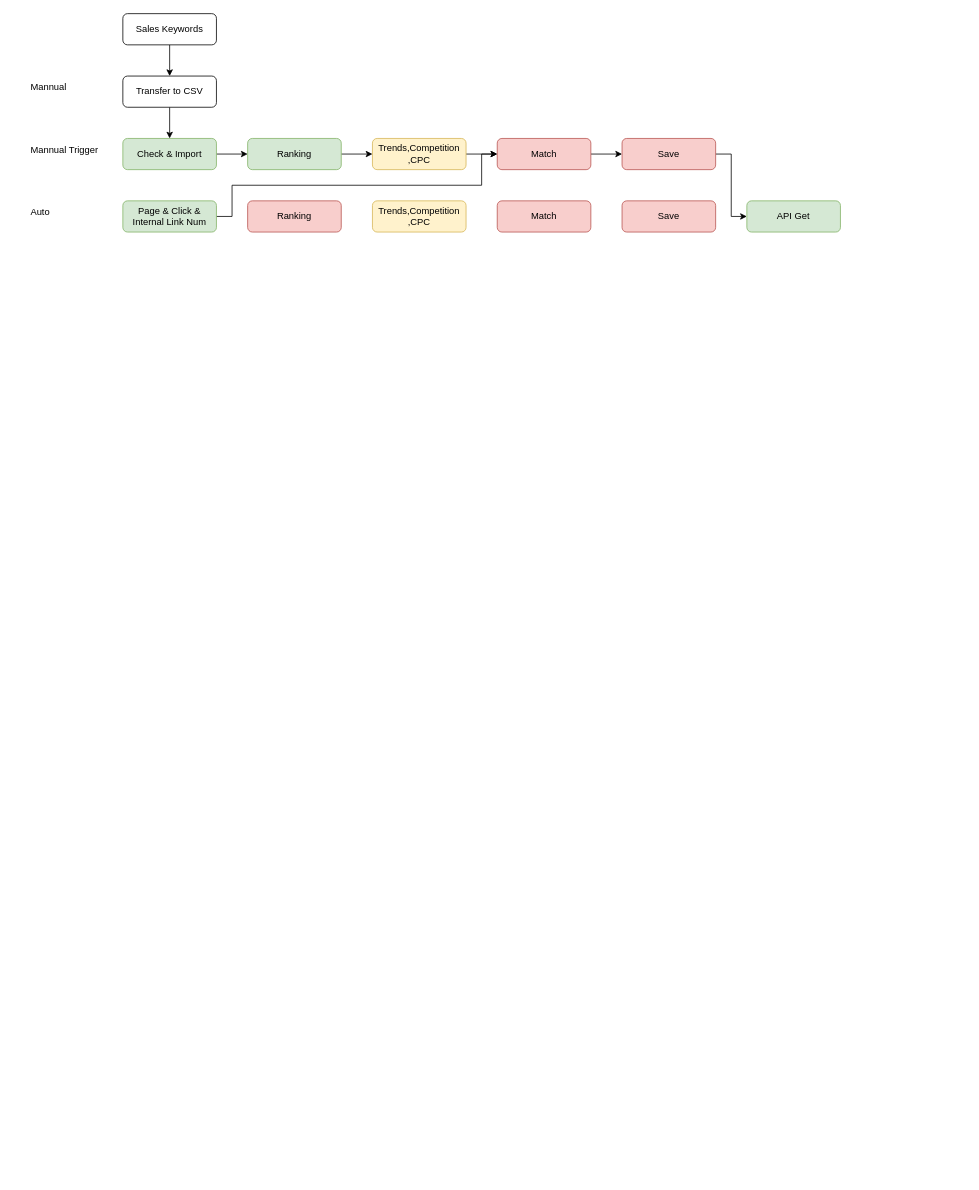
Above: drawio/sales_keyword_tech.drawio in VisableHarry/seo-drawio (draw.io), before the change. Source tidied: cells renumbered, new cells numbered last; positions are measured from the earlier drawing's top-left corner, leaving out a move shared by most shapes. Both pictures are drawn from the tidied source at 78%, with x=0, y=0 at pixel (29, 13).
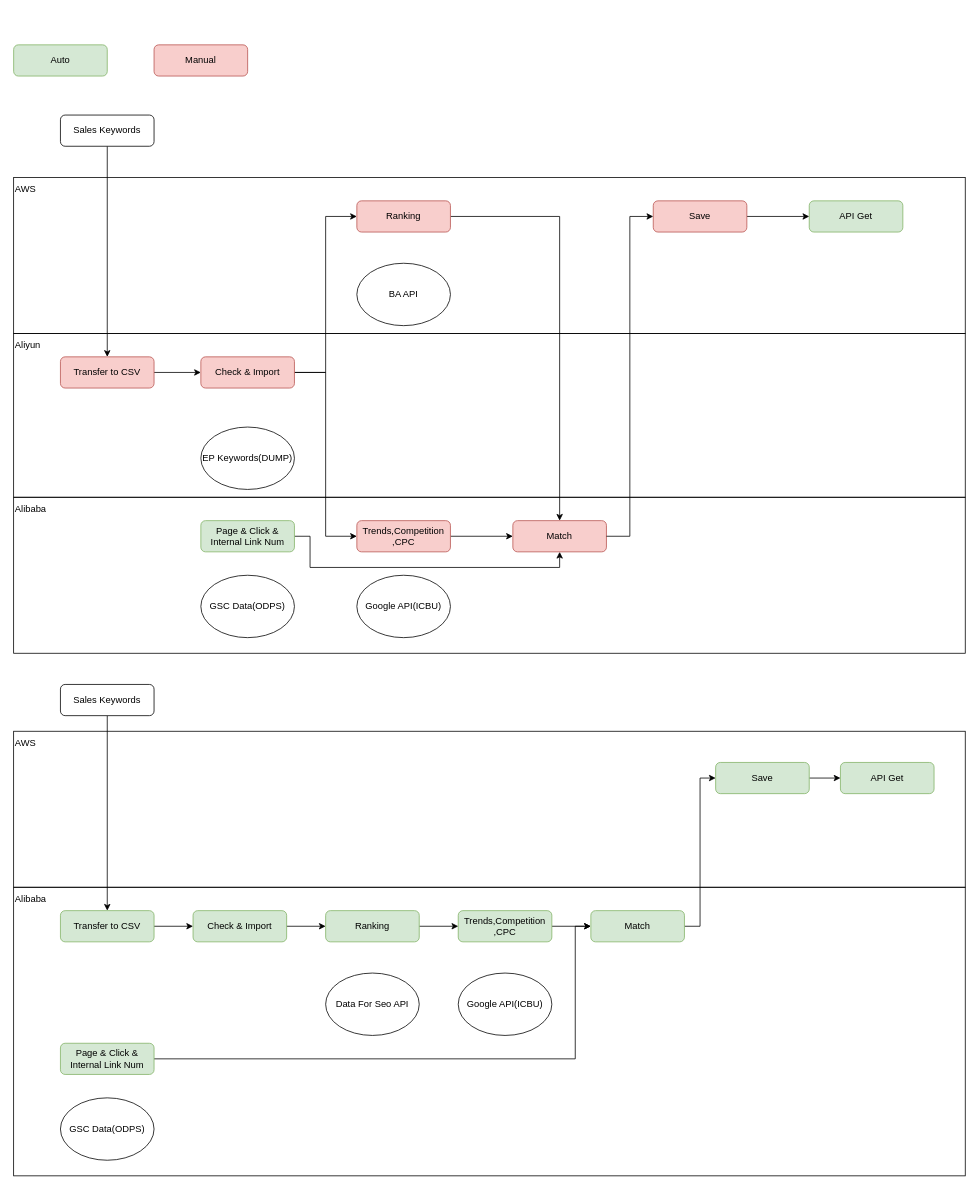
Above is the later version.

The edit, as a diff of the source:
```diff
@@
+    <mxCell id="26" style="rounded=0;whiteSpace=wrap;html=1;fillColor=none;" parent="1" vertex="1">
+      <mxGeometry x="-20" y="1120" width="1220" height="370" as="geometry" />
+    </mxCell>
+    <mxCell id="27" style="rounded=0;whiteSpace=wrap;html=1;fillColor=none;" parent="1" vertex="1">
+      <mxGeometry x="-20" y="920" width="1220" height="200" as="geometry" />
+    </mxCell>
+    <mxCell id="28" style="group;" parent="1" vertex="1">
+      <mxGeometry x="-20" y="210" width="1220" height="610" as="geometry" />
+    </mxCell>
+    <mxCell id="29" style="rounded=0;whiteSpace=wrap;html=1;fillColor=none;" parent="28" vertex="1">
+      <mxGeometry y="410" width="1220" height="200" as="geometry" />
+    </mxCell>
+    <mxCell id="30" style="rounded=0;whiteSpace=wrap;html=1;fillColor=none;" parent="28" vertex="1">
+      <mxGeometry y="200" width="1220" height="210" as="geometry" />
+    </mxCell>
+    <mxCell id="31" style="rounded=0;whiteSpace=wrap;html=1;fillColor=none;" parent="28" vertex="1">
+      <mxGeometry width="1220" height="200" as="geometry" />
+    </mxCell>
@@
     <mxCell id="3" value="Sales Keywords" style="rounded=1;whiteSpace=wrap;html=1;" parent="1" vertex="1">
-      <mxGeometry x="120" width="120" height="40" as="geometry" />
+      <mxGeometry x="40" y="130" width="120" height="40" as="geometry" />
     </mxCell>
-    <mxCell id="4" style="edgeStyle=orthogonalEdgeStyle;rounded=0;jettySize=auto;html=1;exitX=0.5;exitY=1;exitDx=0;exitDy=0;" parent="1" edge="1" source="5" target="8">
+    <mxCell id="4" style="edgeStyle=orthogonalEdgeStyle;rounded=0;jettySize=auto;html=1;exitX=1;exitY=0.5;exitDx=0;exitDy=0;entryX=0;entryY=0.5;entryDx=0;entryDy=0;" parent="1" edge="1" source="5" target="8">
       <mxGeometry relative="1" as="geometry" />
     </mxCell>
-    <mxCell id="5" value="Transfer to CSV" style="rounded=1;whiteSpace=wrap;html=1;" parent="1" vertex="1">
-      <mxGeometry x="120" y="80" width="120" height="40" as="geometry" />
+    <mxCell id="5" value="Transfer to CSV" style="rounded=1;whiteSpace=wrap;html=1;fillColor=#f8cecc;strokeColor=#b85450;" parent="1" vertex="1">
+      <mxGeometry x="40" y="440" width="120" height="40" as="geometry" />
     </mxCell>
-    <mxCell id="6" value="Mannual" style="text;html=1;align=left;verticalAlign=middle;whiteSpace=wrap;rounded=0;" parent="1" vertex="1">
-      <mxGeometry y="80" width="60" height="30" as="geometry" />
-    </mxCell>
@@
+    <mxCell id="32" style="edgeStyle=orthogonalEdgeStyle;rounded=0;jettySize=auto;html=1;exitX=1;exitY=0.5;exitDx=0;exitDy=0;entryX=0;entryY=0.5;entryDx=0;entryDy=0;" parent="1" edge="1" source="8" target="16">
+      <mxGeometry relative="1" as="geometry" />
+    </mxCell>
-    <mxCell id="8" value="Check &amp;amp; Import" style="rounded=1;whiteSpace=wrap;html=1;fillColor=#d5e8d4;strokeColor=#82b366;" parent="1" vertex="1">
-      <mxGeometry x="120" y="160" width="120" height="40" as="geometry" />
+    <mxCell id="8" value="Check &amp;amp; Import" style="rounded=1;whiteSpace=wrap;html=1;fillColor=#f8cecc;strokeColor=#b85450;" parent="1" vertex="1">
+      <mxGeometry x="220" y="440" width="120" height="40" as="geometry" />
     </mxCell>
-    <mxCell id="9" value="Mannual Trigger" style="text;html=1;align=left;verticalAlign=middle;whiteSpace=wrap;rounded=0;" parent="1" vertex="1">
-      <mxGeometry y="160" width="110" height="30" as="geometry" />
-    </mxCell>
-    <mxCell id="10" style="edgeStyle=orthogonalEdgeStyle;rounded=0;jettySize=auto;html=1;exitX=1;exitY=0.5;exitDx=0;exitDy=0;entryX=0;entryY=0.5;entryDx=0;entryDy=0;" parent="1" edge="1" source="11" target="25">
+    <mxCell id="10" style="edgeStyle=orthogonalEdgeStyle;rounded=0;jettySize=auto;html=1;exitX=1;exitY=0.5;exitDx=0;exitDy=0;entryX=0.5;entryY=1;entryDx=0;entryDy=0;" parent="1" edge="1" source="11" target="25">
       <mxGeometry relative="1" as="geometry">
         <Array as="points">
-          <mxPoint x="260" y="260" />
-          <mxPoint x="260" y="220" />
-          <mxPoint x="580" y="220" />
-          <mxPoint x="580" y="180" />
+          <mxPoint x="360" y="670" />
+          <mxPoint x="360" y="710" />
+          <mxPoint x="680" y="710" />
         </Array>
       </mxGeometry>
     </mxCell>
     <mxCell id="11" value="Page &amp;amp; Click &amp;amp; Internal Link Num" style="rounded=1;whiteSpace=wrap;html=1;fillColor=#d5e8d4;strokeColor=#82b366;" parent="1" vertex="1">
-      <mxGeometry x="120" y="240" width="120" height="40" as="geometry" />
+      <mxGeometry x="220" y="650" width="120" height="40" as="geometry" />
     </mxCell>
-    <mxCell id="12" value="Auto" style="text;html=1;align=left;verticalAlign=middle;whiteSpace=wrap;rounded=0;" parent="1" vertex="1">
-      <mxGeometry y="240" width="60" height="30" as="geometry" />
-    </mxCell>
-    <mxCell id="13" style="edgeStyle=orthogonalEdgeStyle;rounded=0;jettySize=auto;html=1;exitX=1;exitY=0.5;exitDx=0;exitDy=0;entryX=0;entryY=0.5;entryDx=0;entryDy=0;" parent="1" edge="1" source="14" target="16">
-      <mxGeometry relative="1" as="geometry" />
-    </mxCell>
+    <mxCell id="33" style="edgeStyle=orthogonalEdgeStyle;rounded=0;jettySize=auto;html=1;exitX=1;exitY=0.5;exitDx=0;exitDy=0;" parent="1" edge="1" source="14" target="25">
+      <mxGeometry relative="1" as="geometry" />
+    </mxCell>
-    <mxCell id="14" value="Ranking" style="rounded=1;whiteSpace=wrap;html=1;fillColor=#d5e8d4;strokeColor=#82b366;" parent="1" vertex="1">
-      <mxGeometry x="280" y="160" width="120" height="40" as="geometry" />
+    <mxCell id="14" value="Ranking" style="rounded=1;whiteSpace=wrap;html=1;fillColor=#f8cecc;strokeColor=#b85450;" parent="1" vertex="1">
+      <mxGeometry x="420" y="240" width="120" height="40" as="geometry" />
     </mxCell>
-    <mxCell id="15" style="edgeStyle=orthogonalEdgeStyle;rounded=0;jettySize=auto;html=1;exitX=1;exitY=0.5;exitDx=0;exitDy=0;entryX=0;entryY=0.5;entryDx=0;entryDy=0;" parent="1" edge="1" source="16" target="25">
+    <mxCell id="15" style="edgeStyle=orthogonalEdgeStyle;rounded=0;jettySize=auto;html=1;exitX=1;exitY=0.5;exitDx=0;exitDy=0;" parent="1" edge="1" source="16" target="25">
       <mxGeometry relative="1" as="geometry" />
     </mxCell>
-    <mxCell id="16" value="Trends,Competition&lt;div&gt;,CPC&lt;/div&gt;" style="rounded=1;whiteSpace=wrap;html=1;fillColor=#fff2cc;strokeColor=#d6b656;" parent="1" vertex="1">
-      <mxGeometry x="440" y="160" width="120" height="40" as="geometry" />
+    <mxCell id="16" value="Trends,Competition&lt;div&gt;,CPC&lt;/div&gt;" style="rounded=1;whiteSpace=wrap;html=1;fillColor=#f8cecc;strokeColor=#b85450;" parent="1" vertex="1">
+      <mxGeometry x="420" y="650" width="120" height="40" as="geometry" />
     </mxCell>
-    <mxCell id="17" value="Match" style="rounded=1;whiteSpace=wrap;html=1;fillColor=#f8cecc;strokeColor=#b85450;" parent="1" vertex="1">
-      <mxGeometry x="600" y="240" width="120" height="40" as="geometry" />
-    </mxCell>
     <mxCell id="18" value="API Get" style="rounded=1;whiteSpace=wrap;html=1;fillColor=#d5e8d4;strokeColor=#82b366;" parent="1" vertex="1">
-      <mxGeometry x="920" y="240" width="120" height="40" as="geometry" />
+      <mxGeometry x="1000" y="240" width="120" height="40" as="geometry" />
     </mxCell>
-    <mxCell id="19" value="Ranking" style="rounded=1;whiteSpace=wrap;html=1;fillColor=#f8cecc;strokeColor=#b85450;" parent="1" vertex="1">
-      <mxGeometry x="280" y="240" width="120" height="40" as="geometry" />
-    </mxCell>
-    <mxCell id="20" style="edgeStyle=orthogonalEdgeStyle;rounded=0;jettySize=auto;html=1;exitX=1;exitY=0.5;exitDx=0;exitDy=0;entryX=0;entryY=0.5;entryDx=0;entryDy=0;" parent="1" edge="1" source="21" target="18">
+    <mxCell id="20" style="edgeStyle=orthogonalEdgeStyle;rounded=0;jettySize=auto;html=1;entryX=0;entryY=0.5;entryDx=0;entryDy=0;" parent="1" edge="1" source="21" target="18">
       <mxGeometry relative="1" as="geometry" />
     </mxCell>
     <mxCell id="21" value="Save" style="rounded=1;whiteSpace=wrap;html=1;fillColor=#f8cecc;strokeColor=#b85450;" parent="1" vertex="1">
-      <mxGeometry x="760" y="160" width="120" height="40" as="geometry" />
+      <mxGeometry x="800" y="240" width="120" height="40" as="geometry" />
     </mxCell>
+    <mxCell id="25" value="Match" style="rounded=1;whiteSpace=wrap;html=1;fillColor=#f8cecc;strokeColor=#b85450;" parent="1" vertex="1">
+      <mxGeometry x="620" y="650" width="120" height="40" as="geometry" />
+    </mxCell>
+    <mxCell id="34" value="BA API" style="ellipse;whiteSpace=wrap;html=1;" parent="1" vertex="1">
+      <mxGeometry x="420" y="320" width="120" height="80" as="geometry" />
+    </mxCell>
+    <mxCell id="35" value="Google API(ICBU)" style="ellipse;whiteSpace=wrap;html=1;" parent="1" vertex="1">
+      <mxGeometry x="420" y="720" width="120" height="80" as="geometry" />
+    </mxCell>
+    <mxCell id="36" value="AWS" style="text;html=1;align=left;verticalAlign=middle;whiteSpace=wrap;rounded=0;" parent="1" vertex="1">
+      <mxGeometry x="-20" y="210" width="60" height="30" as="geometry" />
+    </mxCell>
+    <mxCell id="37" value="Aliyun" style="text;html=1;align=left;verticalAlign=middle;whiteSpace=wrap;rounded=0;" parent="1" vertex="1">
+      <mxGeometry x="-20" y="410" width="60" height="30" as="geometry" />
+    </mxCell>
+    <mxCell id="38" value="Alibaba" style="text;html=1;align=left;verticalAlign=middle;whiteSpace=wrap;rounded=0;" parent="1" vertex="1">
+      <mxGeometry x="-20" y="620" width="60" height="30" as="geometry" />
+    </mxCell>
+    <mxCell id="39" value="EP Keywords(DUMP)" style="ellipse;whiteSpace=wrap;html=1;" parent="1" vertex="1">
+      <mxGeometry x="220" y="530" width="120" height="80" as="geometry" />
+    </mxCell>
+    <mxCell id="40" value="GSC Data(ODPS)" style="ellipse;whiteSpace=wrap;html=1;" parent="1" vertex="1">
+      <mxGeometry x="220" y="720" width="120" height="80" as="geometry" />
+    </mxCell>
+    <mxCell id="24" style="edgeStyle=orthogonalEdgeStyle;rounded=0;jettySize=auto;html=1;exitX=1;exitY=0.5;exitDx=0;exitDy=0;entryX=0;entryY=0.5;entryDx=0;entryDy=0;" parent="1" edge="1" source="25" target="21">
+      <mxGeometry relative="1" as="geometry" />
+    </mxCell>
+    <mxCell id="41" value="API Get" style="rounded=1;whiteSpace=wrap;html=1;fillColor=#d5e8d4;strokeColor=#82b366;" parent="1" vertex="1">
+      <mxGeometry x="1040" y="960" width="120" height="40" as="geometry" />
+    </mxCell>
+    <mxCell id="42" style="edgeStyle=orthogonalEdgeStyle;rounded=0;jettySize=auto;html=1;exitX=1;exitY=0.5;exitDx=0;exitDy=0;entryX=0;entryY=0.5;entryDx=0;entryDy=0;" parent="1" edge="1" source="23" target="41">
+      <mxGeometry relative="1" as="geometry" />
+    </mxCell>
+    <mxCell id="23" value="Save" style="rounded=1;whiteSpace=wrap;html=1;fillColor=#d5e8d4;strokeColor=#82b366;" parent="1" vertex="1">
+      <mxGeometry x="880" y="960" width="120" height="40" as="geometry" />
+    </mxCell>
+    <mxCell id="43" value="AWS" style="text;html=1;align=left;verticalAlign=middle;whiteSpace=wrap;rounded=0;" parent="1" vertex="1">
+      <mxGeometry x="-20" y="920" width="60" height="30" as="geometry" />
+    </mxCell>
+    <mxCell id="44" value="Alibaba" style="text;html=1;align=left;verticalAlign=middle;whiteSpace=wrap;rounded=0;" parent="1" vertex="1">
+      <mxGeometry x="-20" y="1120" width="60" height="30" as="geometry" />
+    </mxCell>
+    <mxCell id="45" style="edgeStyle=orthogonalEdgeStyle;rounded=0;jettySize=auto;html=1;exitX=1;exitY=0.5;exitDx=0;exitDy=0;entryX=0;entryY=0.5;entryDx=0;entryDy=0;" parent="1" edge="1" source="22" target="17">
+      <mxGeometry relative="1" as="geometry" />
+    </mxCell>
-    <mxCell id="22" value="Trends,Competition&lt;div&gt;,CPC&lt;/div&gt;" style="rounded=1;whiteSpace=wrap;html=1;fillColor=#fff2cc;strokeColor=#d6b656;" parent="1" vertex="1">
-      <mxGeometry x="440" y="240" width="120" height="40" as="geometry" />
+    <mxCell id="22" value="Trends,Competition&lt;div&gt;,CPC&lt;/div&gt;" style="rounded=1;whiteSpace=wrap;html=1;fillColor=#d5e8d4;strokeColor=#82b366;" parent="1" vertex="1">
+      <mxGeometry x="550" y="1150" width="120" height="40" as="geometry" />
     </mxCell>
-    <mxCell id="23" value="Save" style="rounded=1;whiteSpace=wrap;html=1;fillColor=#f8cecc;strokeColor=#b85450;" parent="1" vertex="1">
-      <mxGeometry x="760" y="240" width="120" height="40" as="geometry" />
-    </mxCell>
-    <mxCell id="24" style="edgeStyle=orthogonalEdgeStyle;rounded=0;jettySize=auto;html=1;exitX=1;exitY=0.5;exitDx=0;exitDy=0;entryX=0;entryY=0.5;entryDx=0;entryDy=0;" parent="1" edge="1" source="25" target="21">
-      <mxGeometry relative="1" as="geometry" />
-    </mxCell>
-    <mxCell id="25" value="Match" style="rounded=1;whiteSpace=wrap;html=1;fillColor=#f8cecc;strokeColor=#b85450;" parent="1" vertex="1">
-      <mxGeometry x="600" y="160" width="120" height="40" as="geometry" />
-    </mxCell>
+    <mxCell id="46" style="edgeStyle=orthogonalEdgeStyle;rounded=0;jettySize=auto;html=1;exitX=1;exitY=0.5;exitDx=0;exitDy=0;entryX=0;entryY=0.5;entryDx=0;entryDy=0;" parent="1" edge="1" source="17" target="23">
+      <mxGeometry relative="1" as="geometry" />
+    </mxCell>
+    <mxCell id="17" value="Match" style="rounded=1;whiteSpace=wrap;html=1;fillColor=#d5e8d4;strokeColor=#82b366;" parent="1" vertex="1">
+      <mxGeometry x="720" y="1150" width="120" height="40" as="geometry" />
+    </mxCell>
+    <mxCell id="47" value="Google API(ICBU)" style="ellipse;whiteSpace=wrap;html=1;" parent="1" vertex="1">
+      <mxGeometry x="550" y="1230" width="120" height="80" as="geometry" />
+    </mxCell>
+    <mxCell id="48" style="edgeStyle=orthogonalEdgeStyle;rounded=0;jettySize=auto;html=1;exitX=1;exitY=0.5;exitDx=0;exitDy=0;entryX=0;entryY=0.5;entryDx=0;entryDy=0;" parent="1" edge="1" source="19" target="22">
+      <mxGeometry relative="1" as="geometry" />
+    </mxCell>
+    <mxCell id="19" value="Ranking" style="rounded=1;whiteSpace=wrap;html=1;fillColor=#d5e8d4;strokeColor=#82b366;" parent="1" vertex="1">
+      <mxGeometry x="380" y="1150" width="120" height="40" as="geometry" />
+    </mxCell>
+    <mxCell id="49" style="edgeStyle=orthogonalEdgeStyle;rounded=0;jettySize=auto;html=1;exitX=1;exitY=0.5;exitDx=0;exitDy=0;entryX=0;entryY=0.5;entryDx=0;entryDy=0;" parent="1" edge="1" source="50" target="17">
+      <mxGeometry relative="1" as="geometry">
+        <Array as="points">
+          <mxPoint x="700" y="1340" />
+          <mxPoint x="700" y="1170" />
+        </Array>
+      </mxGeometry>
+    </mxCell>
+    <mxCell id="50" value="Page &amp;amp; Click &amp;amp; Internal Link Num" style="rounded=1;whiteSpace=wrap;html=1;fillColor=#d5e8d4;strokeColor=#82b366;" parent="1" vertex="1">
+      <mxGeometry x="40" y="1320" width="120" height="40" as="geometry" />
+    </mxCell>
+    <mxCell id="51" value="GSC Data(ODPS)" style="ellipse;whiteSpace=wrap;html=1;" parent="1" vertex="1">
+      <mxGeometry x="40" y="1390" width="120" height="80" as="geometry" />
+    </mxCell>
+    <mxCell id="52" style="edgeStyle=orthogonalEdgeStyle;rounded=0;jettySize=auto;html=1;exitX=1;exitY=0.5;exitDx=0;exitDy=0;entryX=0;entryY=0.5;entryDx=0;entryDy=0;" parent="1" edge="1" source="53" target="19">
+      <mxGeometry relative="1" as="geometry" />
+    </mxCell>
+    <mxCell id="53" value="Check &amp;amp; Import" style="rounded=1;whiteSpace=wrap;html=1;fillColor=#d5e8d4;strokeColor=#82b366;" parent="1" vertex="1">
+      <mxGeometry x="210" y="1150" width="120" height="40" as="geometry" />
+    </mxCell>
+    <mxCell id="54" style="edgeStyle=orthogonalEdgeStyle;rounded=0;jettySize=auto;html=1;exitX=1;exitY=0.5;exitDx=0;exitDy=0;entryX=0;entryY=0.5;entryDx=0;entryDy=0;" parent="1" edge="1" source="55" target="53">
+      <mxGeometry relative="1" as="geometry" />
+    </mxCell>
+    <mxCell id="55" value="Transfer to CSV" style="rounded=1;whiteSpace=wrap;html=1;fillColor=#d5e8d4;strokeColor=#82b366;" parent="1" vertex="1">
+      <mxGeometry x="40" y="1150" width="120" height="40" as="geometry" />
+    </mxCell>
+    <mxCell id="56" value="Data For Seo API" style="ellipse;whiteSpace=wrap;html=1;" parent="1" vertex="1">
+      <mxGeometry x="380" y="1230" width="120" height="80" as="geometry" />
+    </mxCell>
+    <mxCell id="12" value="Auto" style="rounded=1;whiteSpace=wrap;html=1;fillColor=#d5e8d4;strokeColor=#82b366;" parent="1" vertex="1">
+      <mxGeometry x="-20" y="40" width="120" height="40" as="geometry" />
+    </mxCell>
+    <mxCell id="57" value="Manual" style="rounded=1;whiteSpace=wrap;html=1;fillColor=#f8cecc;strokeColor=#b85450;" parent="1" vertex="1">
+      <mxGeometry x="160" y="40" width="120" height="40" as="geometry" />
+    </mxCell>
+    <mxCell id="58" style="edgeStyle=orthogonalEdgeStyle;rounded=0;jettySize=auto;html=1;exitX=0.5;exitY=1;exitDx=0;exitDy=0;" parent="1" edge="1" source="59" target="55">
+      <mxGeometry relative="1" as="geometry" />
+    </mxCell>
+    <mxCell id="59" value="Sales Keywords" style="rounded=1;whiteSpace=wrap;html=1;" parent="1" vertex="1">
+      <mxGeometry x="40" y="860" width="120" height="40" as="geometry" />
+    </mxCell>
```
